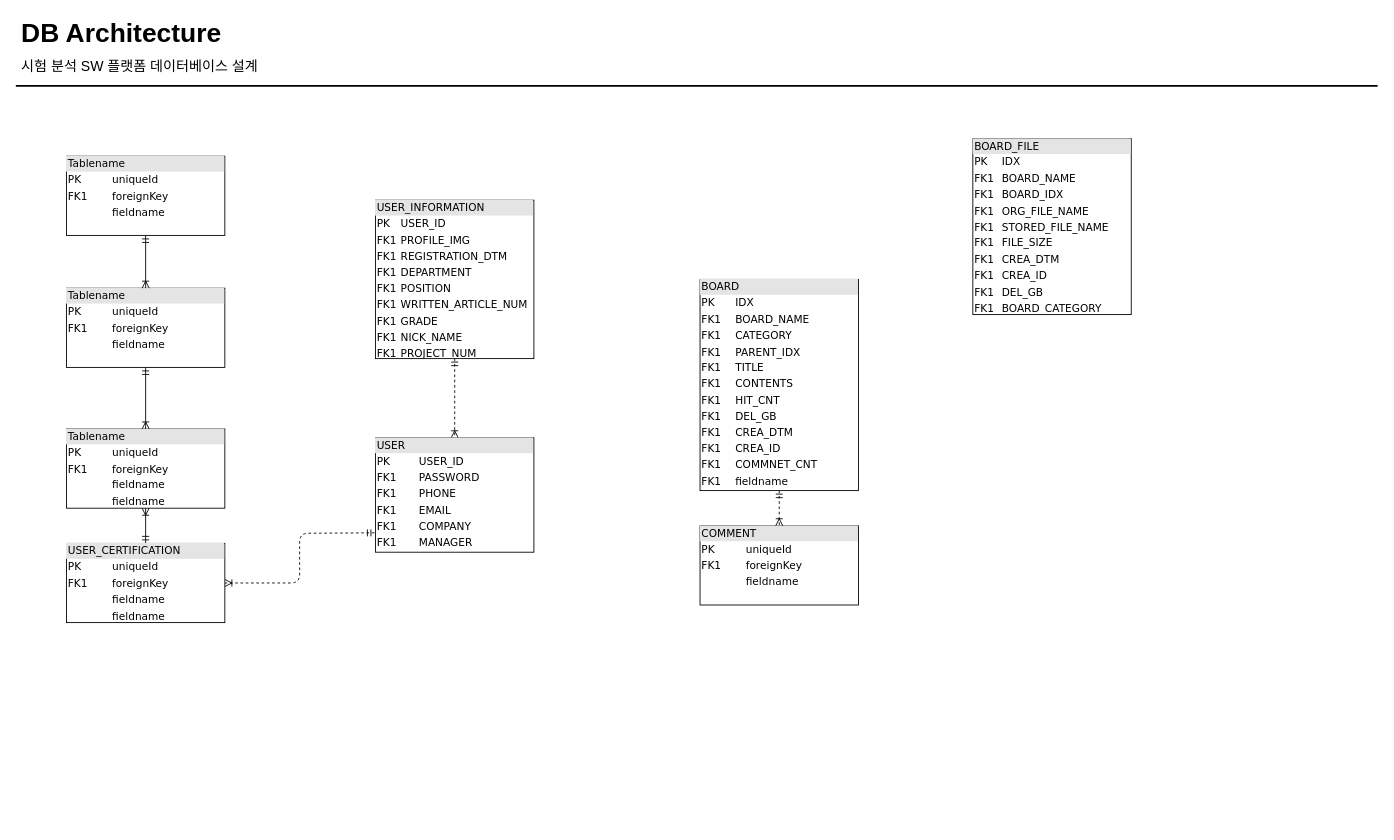
Before: DB_architecture.drawio in penzance-jshan/test, a draw.io diagram. Source tidied: cells renumbered, new cells numbered last; positions are measured from the earlier drawing's top-left corner, leaving out a move shared by most shapes. Both pictures are drawn from the tidied source at 88%, with x=0, y=0 at pixel (15, 15).
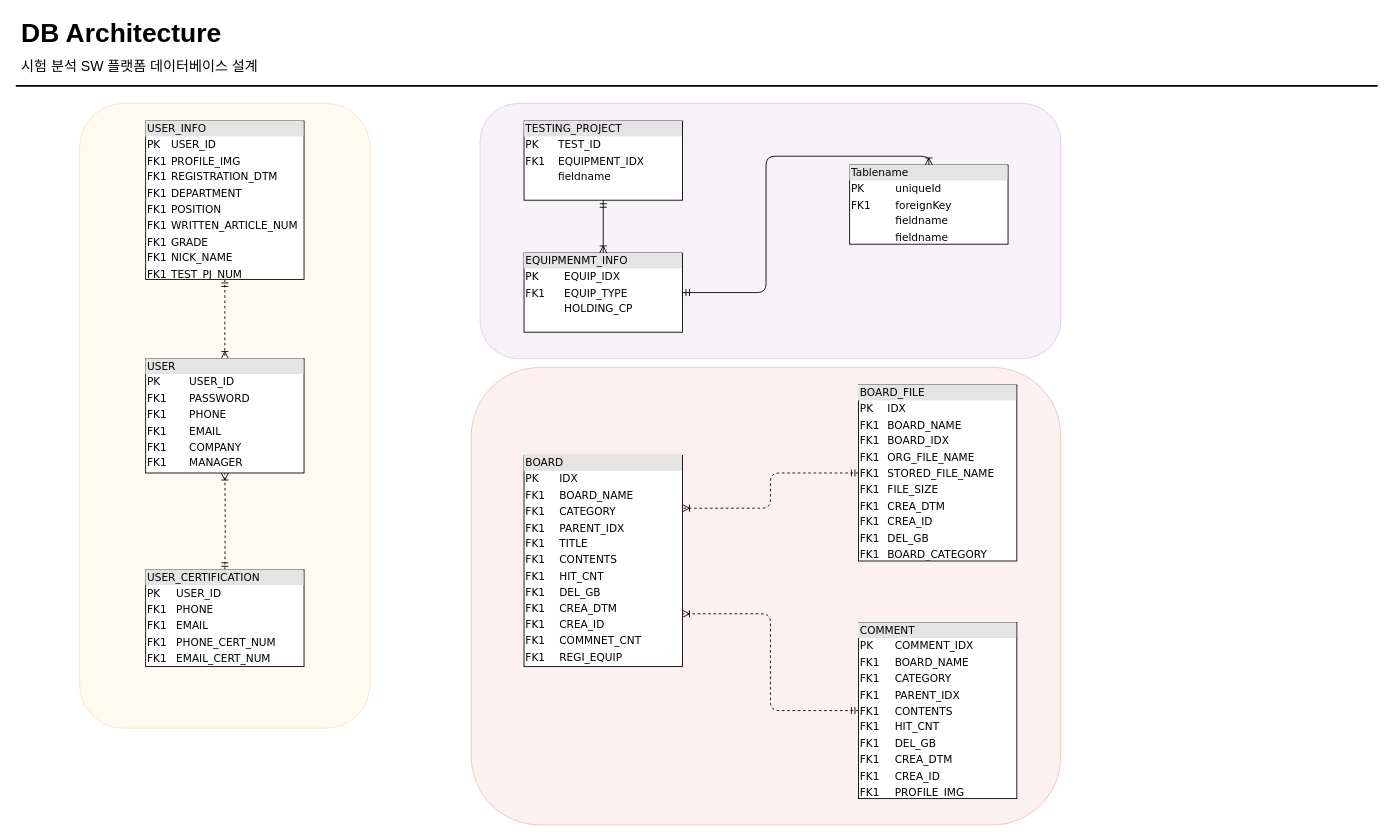
The same diagram, later.

Change to the diagram source:
```diff
@@
+    <mxCell id="20" style="rounded=1;whiteSpace=wrap;html=1;fillColor=#e1d5e7;strokeColor=#9673a6;opacity=30;" parent="1" vertex="1">
+      <mxGeometry x="528" y="100" width="660" height="290" as="geometry" />
+    </mxCell>
+    <mxCell id="21" style="rounded=1;whiteSpace=wrap;html=1;fillColor=#f8cecc;strokeColor=#b85450;opacity=30;" parent="1" vertex="1">
+      <mxGeometry x="518" y="400" width="670" height="520" as="geometry" />
+    </mxCell>
+    <mxCell id="22" style="rounded=1;whiteSpace=wrap;html=1;fillColor=#fff2cc;strokeColor=#d6b656;opacity=30;" parent="1" vertex="1">
+      <mxGeometry x="73" y="100" width="330" height="710" as="geometry" />
+    </mxCell>
-    <mxCell id="2" value="&lt;div style=&quot;box-sizing:border-box;width:100%;background:#e4e4e4;padding:2px;&quot;&gt;Tablename&lt;/div&gt;&lt;table style=&quot;width:100%;font-size:1em;&quot; cellpadding=&quot;2&quot; cellspacing=&quot;0&quot;&gt;&lt;tr&gt;&lt;td&gt;PK&lt;/td&gt;&lt;td&gt;uniqueId&lt;/td&gt;&lt;/tr&gt;&lt;tr&gt;&lt;td&gt;FK1&lt;/td&gt;&lt;td&gt;foreignKey&lt;/td&gt;&lt;/tr&gt;&lt;tr&gt;&lt;td&gt;&lt;/td&gt;&lt;td&gt;fieldname&lt;/td&gt;&lt;/tr&gt;&lt;/table&gt;" style="verticalAlign=top;align=left;overflow=fill;html=1;rounded=0;shadow=0;comic=0;labelBackgroundColor=none;strokeWidth=1;fontFamily=Verdana;fontSize=12;" parent="1" vertex="1">
-      <mxGeometry x="58" y="160" width="180" height="90" as="geometry" />
+    <mxCell id="2" value="&lt;div style=&quot;box-sizing: border-box ; width: 100% ; background: #e4e4e4 ; padding: 2px&quot;&gt;TESTING_PROJECT&lt;/div&gt;&lt;table style=&quot;width: 100% ; font-size: 1em&quot; cellpadding=&quot;2&quot; cellspacing=&quot;0&quot;&gt;&lt;tbody&gt;&lt;tr&gt;&lt;td&gt;PK&lt;/td&gt;&lt;td&gt;TEST_ID&lt;/td&gt;&lt;/tr&gt;&lt;tr&gt;&lt;td&gt;FK1&lt;/td&gt;&lt;td&gt;EQUIPMENT_IDX&lt;/td&gt;&lt;/tr&gt;&lt;tr&gt;&lt;td&gt;&lt;/td&gt;&lt;td&gt;fieldname&lt;/td&gt;&lt;/tr&gt;&lt;/tbody&gt;&lt;/table&gt;" style="verticalAlign=top;align=left;overflow=fill;html=1;rounded=0;shadow=0;comic=0;labelBackgroundColor=none;strokeWidth=1;fontFamily=Verdana;fontSize=12;" parent="1" vertex="1">
+      <mxGeometry x="578" y="120" width="180" height="90" as="geometry" />
     </mxCell>
@@
     <mxCell id="4" value="&lt;div style=&quot;box-sizing: border-box ; width: 100% ; background: #e4e4e4 ; padding: 2px&quot;&gt;USER&lt;/div&gt;&lt;table style=&quot;width: 100% ; font-size: 1em&quot; cellpadding=&quot;2&quot; cellspacing=&quot;0&quot;&gt;&lt;tbody&gt;&lt;tr&gt;&lt;td&gt;PK&lt;/td&gt;&lt;td&gt;USER_ID&lt;/td&gt;&lt;/tr&gt;&lt;tr&gt;&lt;td&gt;FK1&lt;/td&gt;&lt;td&gt;PASSWORD&lt;/td&gt;&lt;/tr&gt;&lt;tr&gt;&lt;td&gt;FK1&lt;/td&gt;&lt;td&gt;PHONE&lt;/td&gt;&lt;/tr&gt;&lt;tr&gt;&lt;td&gt;FK1&lt;br&gt;&lt;/td&gt;&lt;td&gt;EMAIL&lt;/td&gt;&lt;/tr&gt;&lt;tr&gt;&lt;td&gt;FK1&lt;br&gt;&lt;/td&gt;&lt;td&gt;COMPANY&lt;br&gt;&lt;/td&gt;&lt;/tr&gt;&lt;tr&gt;&lt;td&gt;FK1&lt;br&gt;&lt;/td&gt;&lt;td&gt;MANAGER&lt;/td&gt;&lt;/tr&gt;&lt;/tbody&gt;&lt;/table&gt;" style="verticalAlign=top;align=left;overflow=fill;html=1;rounded=0;shadow=0;comic=0;labelBackgroundColor=none;strokeWidth=1;fontFamily=Verdana;fontSize=12;" parent="1" vertex="1">
-      <mxGeometry x="409.2" y="480" width="180" height="130" as="geometry" />
+      <mxGeometry x="148" y="390" width="180" height="130" as="geometry" />
     </mxCell>
-    <mxCell id="5" style="edgeStyle=orthogonalEdgeStyle;html=1;labelBackgroundColor=none;startArrow=ERmandOne;endArrow=ERoneToMany;fontFamily=Verdana;fontSize=12;align=left;" parent="1" edge="1" source="7" target="8">
-      <mxGeometry relative="1" as="geometry" />
-    </mxCell>
-    <mxCell id="6" style="edgeStyle=orthogonalEdgeStyle;html=1;entryX=1;entryY=0.5;dashed=1;labelBackgroundColor=none;startArrow=ERmandOne;endArrow=ERoneToMany;fontFamily=Verdana;fontSize=12;align=left;" parent="1" edge="1" target="7">
+    <mxCell id="6" style="edgeStyle=orthogonalEdgeStyle;html=1;dashed=1;labelBackgroundColor=none;startArrow=ERmandOne;endArrow=ERoneToMany;fontFamily=Verdana;fontSize=12;align=left;entryX=0.5;entryY=1;entryDx=0;entryDy=0;exitX=0.5;exitY=0;exitDx=0;exitDy=0;" parent="1" edge="1" target="4">
       <mxGeometry relative="1" as="geometry">
-        <mxPoint x="408" y="588" as="sourcePoint" />
+        <mxPoint x="238" y="630" as="sourcePoint" />
       </mxGeometry>
     </mxCell>
-    <mxCell id="7" value="&lt;div style=&quot;box-sizing: border-box ; width: 100% ; background: #e4e4e4 ; padding: 2px&quot;&gt;USER_CERTIFICATION&lt;/div&gt;&lt;table style=&quot;width: 100% ; font-size: 1em&quot; cellpadding=&quot;2&quot; cellspacing=&quot;0&quot;&gt;&lt;tbody&gt;&lt;tr&gt;&lt;td&gt;PK&lt;/td&gt;&lt;td&gt;uniqueId&lt;/td&gt;&lt;/tr&gt;&lt;tr&gt;&lt;td&gt;FK1&lt;/td&gt;&lt;td&gt;foreignKey&lt;/td&gt;&lt;/tr&gt;&lt;tr&gt;&lt;td&gt;&lt;/td&gt;&lt;td&gt;fieldname&lt;/td&gt;&lt;/tr&gt;&lt;tr&gt;&lt;td&gt;&lt;br&gt;&lt;/td&gt;&lt;td&gt;fieldname&lt;br&gt;&lt;/td&gt;&lt;/tr&gt;&lt;/tbody&gt;&lt;/table&gt;" style="verticalAlign=top;align=left;overflow=fill;html=1;rounded=0;shadow=0;comic=0;labelBackgroundColor=none;strokeWidth=1;fontFamily=Verdana;fontSize=12;" parent="1" vertex="1">
-      <mxGeometry x="58" y="600" width="180" height="90" as="geometry" />
-    </mxCell>
     <mxCell id="8" value="&lt;div style=&quot;box-sizing: border-box ; width: 100% ; background: #e4e4e4 ; padding: 2px&quot;&gt;Tablename&lt;/div&gt;&lt;table style=&quot;width: 100% ; font-size: 1em&quot; cellpadding=&quot;2&quot; cellspacing=&quot;0&quot;&gt;&lt;tbody&gt;&lt;tr&gt;&lt;td&gt;PK&lt;/td&gt;&lt;td&gt;uniqueId&lt;/td&gt;&lt;/tr&gt;&lt;tr&gt;&lt;td&gt;FK1&lt;/td&gt;&lt;td&gt;foreignKey&lt;/td&gt;&lt;/tr&gt;&lt;tr&gt;&lt;td&gt;&lt;/td&gt;&lt;td&gt;fieldname&lt;/td&gt;&lt;/tr&gt;&lt;tr&gt;&lt;td&gt;&lt;br&gt;&lt;/td&gt;&lt;td&gt;fieldname&lt;br&gt;&lt;/td&gt;&lt;/tr&gt;&lt;/tbody&gt;&lt;/table&gt;" style="verticalAlign=top;align=left;overflow=fill;html=1;rounded=0;shadow=0;comic=0;labelBackgroundColor=none;strokeWidth=1;fontFamily=Verdana;fontSize=12;" parent="1" vertex="1">
-      <mxGeometry x="58" y="470" width="180" height="90" as="geometry" />
+      <mxGeometry x="948" y="170" width="180" height="90" as="geometry" />
     </mxCell>
@@
-    <mxCell id="10" value="&lt;div style=&quot;box-sizing:border-box;width:100%;background:#e4e4e4;padding:2px;&quot;&gt;Tablename&lt;/div&gt;&lt;table style=&quot;width:100%;font-size:1em;&quot; cellpadding=&quot;2&quot; cellspacing=&quot;0&quot;&gt;&lt;tr&gt;&lt;td&gt;PK&lt;/td&gt;&lt;td&gt;uniqueId&lt;/td&gt;&lt;/tr&gt;&lt;tr&gt;&lt;td&gt;FK1&lt;/td&gt;&lt;td&gt;foreignKey&lt;/td&gt;&lt;/tr&gt;&lt;tr&gt;&lt;td&gt;&lt;/td&gt;&lt;td&gt;fieldname&lt;/td&gt;&lt;/tr&gt;&lt;/table&gt;" style="verticalAlign=top;align=left;overflow=fill;html=1;rounded=0;shadow=0;comic=0;labelBackgroundColor=none;strokeWidth=1;fontFamily=Verdana;fontSize=12;" parent="1" vertex="1">
-      <mxGeometry x="58" y="310" width="180" height="90" as="geometry" />
+    <mxCell id="10" value="&lt;div style=&quot;box-sizing: border-box ; width: 100% ; background: #e4e4e4 ; padding: 2px&quot;&gt;EQUIPMENMT_INFO&lt;/div&gt;&lt;table style=&quot;width: 100% ; font-size: 1em&quot; cellpadding=&quot;2&quot; cellspacing=&quot;0&quot;&gt;&lt;tbody&gt;&lt;tr&gt;&lt;td&gt;PK&lt;/td&gt;&lt;td&gt;EQUIP_IDX&lt;/td&gt;&lt;/tr&gt;&lt;tr&gt;&lt;td&gt;FK1&lt;/td&gt;&lt;td&gt;EQUIP_TYPE&lt;/td&gt;&lt;/tr&gt;&lt;tr&gt;&lt;td&gt;&lt;/td&gt;&lt;td&gt;HOLDING_CP&lt;/td&gt;&lt;/tr&gt;&lt;/tbody&gt;&lt;/table&gt;" style="verticalAlign=top;align=left;overflow=fill;html=1;rounded=0;shadow=0;comic=0;labelBackgroundColor=none;strokeWidth=1;fontFamily=Verdana;fontSize=12;" parent="1" vertex="1">
+      <mxGeometry x="578" y="270" width="180" height="90" as="geometry" />
     </mxCell>
-    <mxCell id="11" value="&lt;div style=&quot;box-sizing: border-box ; width: 100% ; background: #e4e4e4 ; padding: 2px&quot;&gt;COMMENT&lt;/div&gt;&lt;table style=&quot;width: 100% ; font-size: 1em&quot; cellpadding=&quot;2&quot; cellspacing=&quot;0&quot;&gt;&lt;tbody&gt;&lt;tr&gt;&lt;td&gt;PK&lt;/td&gt;&lt;td&gt;uniqueId&lt;/td&gt;&lt;/tr&gt;&lt;tr&gt;&lt;td&gt;FK1&lt;/td&gt;&lt;td&gt;foreignKey&lt;/td&gt;&lt;/tr&gt;&lt;tr&gt;&lt;td&gt;&lt;/td&gt;&lt;td&gt;fieldname&lt;/td&gt;&lt;/tr&gt;&lt;/tbody&gt;&lt;/table&gt;" style="verticalAlign=top;align=left;overflow=fill;html=1;rounded=0;shadow=0;comic=0;labelBackgroundColor=none;strokeWidth=1;fontFamily=Verdana;fontSize=12;" parent="1" vertex="1">
-      <mxGeometry x="778" y="580" width="180" height="90" as="geometry" />
-    </mxCell>
-    <mxCell id="12" style="edgeStyle=orthogonalEdgeStyle;html=1;entryX=0.5;entryY=0;dashed=1;labelBackgroundColor=none;startArrow=ERmandOne;endArrow=ERoneToMany;fontFamily=Verdana;fontSize=12;align=left;" parent="1" edge="1" source="13" target="11">
+    <mxCell id="12" style="edgeStyle=orthogonalEdgeStyle;html=1;entryX=1;entryY=0.75;dashed=1;labelBackgroundColor=none;startArrow=ERmandOne;endArrow=ERoneToMany;fontFamily=Verdana;fontSize=12;align=left;exitX=0;exitY=0.5;exitDx=0;exitDy=0;entryDx=0;entryDy=0;" parent="1" edge="1" source="23" target="13">
       <mxGeometry relative="1" as="geometry" />
     </mxCell>
-    <mxCell id="13" value="&lt;div style=&quot;box-sizing: border-box ; width: 100% ; background: #e4e4e4 ; padding: 2px&quot;&gt;BOARD&lt;/div&gt;&lt;table style=&quot;width: 100% ; font-size: 1em&quot; cellpadding=&quot;2&quot; cellspacing=&quot;0&quot;&gt;&lt;tbody&gt;&lt;tr&gt;&lt;td&gt;PK&lt;/td&gt;&lt;td&gt;IDX&lt;/td&gt;&lt;/tr&gt;&lt;tr&gt;&lt;td&gt;FK1&lt;/td&gt;&lt;td&gt;BOARD_NAME&lt;/td&gt;&lt;/tr&gt;&lt;tr&gt;&lt;td&gt;FK1&lt;/td&gt;&lt;td&gt;CATEGORY&lt;/td&gt;&lt;/tr&gt;&lt;tr&gt;&lt;td&gt;FK1&lt;br&gt;&lt;/td&gt;&lt;td&gt;PARENT_IDX&lt;br&gt;&lt;/td&gt;&lt;/tr&gt;&lt;tr&gt;&lt;td&gt;FK1&lt;br&gt;&lt;/td&gt;&lt;td&gt;TITLE&lt;br&gt;&lt;/td&gt;&lt;/tr&gt;&lt;tr&gt;&lt;td&gt;FK1&lt;br&gt;&lt;/td&gt;&lt;td&gt;CONTENTS&lt;br&gt;&lt;/td&gt;&lt;/tr&gt;&lt;tr&gt;&lt;td&gt;FK1&lt;br&gt;&lt;/td&gt;&lt;td&gt;HIT_CNT&lt;br&gt;&lt;/td&gt;&lt;/tr&gt;&lt;tr&gt;&lt;td&gt;FK1&lt;br&gt;&lt;/td&gt;&lt;td&gt;DEL_GB&lt;/td&gt;&lt;/tr&gt;&lt;tr&gt;&lt;td&gt;FK1&lt;br&gt;&lt;/td&gt;&lt;td&gt;CREA_DTM&lt;br&gt;&lt;/td&gt;&lt;/tr&gt;&lt;tr&gt;&lt;td&gt;FK1&lt;br&gt;&lt;/td&gt;&lt;td&gt;CREA_ID&lt;br&gt;&lt;/td&gt;&lt;/tr&gt;&lt;tr&gt;&lt;td&gt;FK1&lt;br&gt;&lt;/td&gt;&lt;td&gt;COMMNET_CNT&lt;br&gt;&lt;/td&gt;&lt;/tr&gt;&lt;tr&gt;&lt;td&gt;FK1&lt;br&gt;&lt;/td&gt;&lt;td&gt;fieldname&lt;br&gt;&lt;/td&gt;&lt;/tr&gt;&lt;/tbody&gt;&lt;/table&gt;" style="verticalAlign=top;align=left;overflow=fill;html=1;rounded=0;shadow=0;comic=0;labelBackgroundColor=none;strokeWidth=1;fontFamily=Verdana;fontSize=12;" parent="1" vertex="1">
-      <mxGeometry x="778" y="300" width="180" height="240" as="geometry" />
+    <mxCell id="13" value="&lt;div style=&quot;box-sizing: border-box ; width: 100% ; background: #e4e4e4 ; padding: 2px&quot;&gt;BOARD&lt;/div&gt;&lt;table style=&quot;width: 100% ; font-size: 1em&quot; cellpadding=&quot;2&quot; cellspacing=&quot;0&quot;&gt;&lt;tbody&gt;&lt;tr&gt;&lt;td&gt;PK&lt;/td&gt;&lt;td&gt;IDX&lt;/td&gt;&lt;/tr&gt;&lt;tr&gt;&lt;td&gt;FK1&lt;/td&gt;&lt;td&gt;BOARD_NAME&lt;/td&gt;&lt;/tr&gt;&lt;tr&gt;&lt;td&gt;FK1&lt;/td&gt;&lt;td&gt;CATEGORY&lt;/td&gt;&lt;/tr&gt;&lt;tr&gt;&lt;td&gt;FK1&lt;br&gt;&lt;/td&gt;&lt;td&gt;PARENT_IDX&lt;br&gt;&lt;/td&gt;&lt;/tr&gt;&lt;tr&gt;&lt;td&gt;FK1&lt;br&gt;&lt;/td&gt;&lt;td&gt;TITLE&lt;br&gt;&lt;/td&gt;&lt;/tr&gt;&lt;tr&gt;&lt;td&gt;FK1&lt;br&gt;&lt;/td&gt;&lt;td&gt;CONTENTS&lt;br&gt;&lt;/td&gt;&lt;/tr&gt;&lt;tr&gt;&lt;td&gt;FK1&lt;br&gt;&lt;/td&gt;&lt;td&gt;HIT_CNT&lt;br&gt;&lt;/td&gt;&lt;/tr&gt;&lt;tr&gt;&lt;td&gt;FK1&lt;br&gt;&lt;/td&gt;&lt;td&gt;DEL_GB&lt;/td&gt;&lt;/tr&gt;&lt;tr&gt;&lt;td&gt;FK1&lt;br&gt;&lt;/td&gt;&lt;td&gt;CREA_DTM&lt;br&gt;&lt;/td&gt;&lt;/tr&gt;&lt;tr&gt;&lt;td&gt;FK1&lt;br&gt;&lt;/td&gt;&lt;td&gt;CREA_ID&lt;br&gt;&lt;/td&gt;&lt;/tr&gt;&lt;tr&gt;&lt;td&gt;FK1&lt;br&gt;&lt;/td&gt;&lt;td&gt;COMMNET_CNT&lt;br&gt;&lt;/td&gt;&lt;/tr&gt;&lt;tr&gt;&lt;td&gt;FK1&lt;br&gt;&lt;/td&gt;&lt;td&gt;REGI_EQUIP&lt;br&gt;&lt;/td&gt;&lt;/tr&gt;&lt;/tbody&gt;&lt;/table&gt;" style="verticalAlign=top;align=left;overflow=fill;html=1;rounded=0;shadow=0;comic=0;labelBackgroundColor=none;strokeWidth=1;fontFamily=Verdana;fontSize=12;" parent="1" vertex="1">
+      <mxGeometry x="578" y="500" width="180" height="240" as="geometry" />
     </mxCell>
@@
-    <mxCell id="18" value="&lt;div style=&quot;box-sizing: border-box ; width: 100% ; background: #e4e4e4 ; padding: 2px&quot;&gt;USER_INFORMATION&lt;br&gt;&lt;/div&gt;&lt;table style=&quot;width: 100% ; font-size: 1em&quot; cellpadding=&quot;2&quot; cellspacing=&quot;0&quot;&gt;&lt;tbody&gt;&lt;tr&gt;&lt;td&gt;PK&lt;/td&gt;&lt;td&gt;USER_ID&lt;/td&gt;&lt;/tr&gt;&lt;tr&gt;&lt;td&gt;FK1&lt;/td&gt;&lt;td&gt;PROFILE_IMG&lt;/td&gt;&lt;/tr&gt;&lt;tr&gt;&lt;td&gt;FK1&lt;/td&gt;&lt;td&gt;REGISTRATION_DTM&lt;/td&gt;&lt;/tr&gt;&lt;tr&gt;&lt;td&gt;FK1&lt;br&gt;&lt;/td&gt;&lt;td&gt;DEPARTMENT&lt;/td&gt;&lt;/tr&gt;&lt;tr&gt;&lt;td&gt;FK1&lt;br&gt;&lt;/td&gt;&lt;td&gt;POSITION&lt;br&gt;&lt;/td&gt;&lt;/tr&gt;&lt;tr&gt;&lt;td&gt;FK1&lt;br&gt;&lt;/td&gt;&lt;td&gt;WRITTEN_ARTICLE_NUM&lt;br&gt;&lt;/td&gt;&lt;/tr&gt;&lt;tr&gt;&lt;td&gt;FK1&lt;br&gt;&lt;/td&gt;&lt;td&gt;GRADE&lt;br&gt;&lt;/td&gt;&lt;/tr&gt;&lt;tr&gt;&lt;td&gt;FK1&lt;br&gt;&lt;/td&gt;&lt;td&gt;NICK_NAME&lt;/td&gt;&lt;/tr&gt;&lt;tr&gt;&lt;td&gt;FK1&lt;br&gt;&lt;/td&gt;&lt;td&gt;PROJECT_NUM&lt;/td&gt;&lt;/tr&gt;&lt;/tbody&gt;&lt;/table&gt;" style="verticalAlign=top;align=left;overflow=fill;html=1;rounded=0;shadow=0;comic=0;labelBackgroundColor=none;strokeWidth=1;fontFamily=Verdana;fontSize=12;" parent="1" vertex="1">
-      <mxGeometry x="409.2" y="210" width="180" height="180" as="geometry" />
+    <mxCell id="18" value="&lt;div style=&quot;box-sizing: border-box ; width: 100% ; background: #e4e4e4 ; padding: 2px&quot;&gt;USER_INFO&lt;br&gt;&lt;/div&gt;&lt;table style=&quot;width: 100% ; font-size: 1em&quot; cellpadding=&quot;2&quot; cellspacing=&quot;0&quot;&gt;&lt;tbody&gt;&lt;tr&gt;&lt;td&gt;PK&lt;/td&gt;&lt;td&gt;USER_ID&lt;/td&gt;&lt;/tr&gt;&lt;tr&gt;&lt;td&gt;FK1&lt;/td&gt;&lt;td&gt;PROFILE_IMG&lt;/td&gt;&lt;/tr&gt;&lt;tr&gt;&lt;td&gt;FK1&lt;/td&gt;&lt;td&gt;REGISTRATION_DTM&lt;/td&gt;&lt;/tr&gt;&lt;tr&gt;&lt;td&gt;FK1&lt;br&gt;&lt;/td&gt;&lt;td&gt;DEPARTMENT&lt;/td&gt;&lt;/tr&gt;&lt;tr&gt;&lt;td&gt;FK1&lt;br&gt;&lt;/td&gt;&lt;td&gt;POSITION&lt;br&gt;&lt;/td&gt;&lt;/tr&gt;&lt;tr&gt;&lt;td&gt;FK1&lt;br&gt;&lt;/td&gt;&lt;td&gt;WRITTEN_ARTICLE_NUM&lt;br&gt;&lt;/td&gt;&lt;/tr&gt;&lt;tr&gt;&lt;td&gt;FK1&lt;br&gt;&lt;/td&gt;&lt;td&gt;GRADE&lt;br&gt;&lt;/td&gt;&lt;/tr&gt;&lt;tr&gt;&lt;td&gt;FK1&lt;br&gt;&lt;/td&gt;&lt;td&gt;NICK_NAME&lt;/td&gt;&lt;/tr&gt;&lt;tr&gt;&lt;td&gt;FK1&lt;br&gt;&lt;/td&gt;&lt;td&gt;TEST_PJ_NUM&lt;/td&gt;&lt;/tr&gt;&lt;/tbody&gt;&lt;/table&gt;" style="verticalAlign=top;align=left;overflow=fill;html=1;rounded=0;shadow=0;comic=0;labelBackgroundColor=none;strokeWidth=1;fontFamily=Verdana;fontSize=12;" parent="1" vertex="1">
+      <mxGeometry x="148" y="120" width="180" height="180" as="geometry" />
     </mxCell>
     <mxCell id="19" value="&lt;div style=&quot;box-sizing: border-box ; width: 100% ; background: #e4e4e4 ; padding: 2px&quot;&gt;BOARD_FILE&lt;/div&gt;&lt;table style=&quot;width: 100% ; font-size: 1em&quot; cellpadding=&quot;2&quot; cellspacing=&quot;0&quot;&gt;&lt;tbody&gt;&lt;tr&gt;&lt;td&gt;PK&lt;/td&gt;&lt;td&gt;IDX&lt;/td&gt;&lt;/tr&gt;&lt;tr&gt;&lt;td&gt;FK1&lt;/td&gt;&lt;td&gt;BOARD_NAME&lt;/td&gt;&lt;/tr&gt;&lt;tr&gt;&lt;td&gt;FK1&lt;/td&gt;&lt;td&gt;BOARD_IDX&lt;/td&gt;&lt;/tr&gt;&lt;tr&gt;&lt;td&gt;FK1&lt;br&gt;&lt;/td&gt;&lt;td&gt;ORG_FILE_NAME&lt;br&gt;&lt;/td&gt;&lt;/tr&gt;&lt;tr&gt;&lt;td&gt;FK1&lt;br&gt;&lt;/td&gt;&lt;td&gt;STORED_FILE_NAME&lt;br&gt;&lt;/td&gt;&lt;/tr&gt;&lt;tr&gt;&lt;td&gt;FK1&lt;br&gt;&lt;/td&gt;&lt;td&gt;FILE_SIZE&lt;br&gt;&lt;/td&gt;&lt;/tr&gt;&lt;tr&gt;&lt;td&gt;FK1&lt;br&gt;&lt;/td&gt;&lt;td&gt;CREA_DTM&lt;br&gt;&lt;/td&gt;&lt;/tr&gt;&lt;tr&gt;&lt;td&gt;FK1&lt;br&gt;&lt;/td&gt;&lt;td&gt;CREA_ID&lt;/td&gt;&lt;/tr&gt;&lt;tr&gt;&lt;td&gt;FK1&lt;br&gt;&lt;/td&gt;&lt;td&gt;DEL_GB&lt;br&gt;&lt;/td&gt;&lt;/tr&gt;&lt;tr&gt;&lt;td&gt;FK1&lt;br&gt;&lt;/td&gt;&lt;td&gt;BOARD_CATEGORY&lt;/td&gt;&lt;/tr&gt;&lt;/tbody&gt;&lt;/table&gt;" style="verticalAlign=top;align=left;overflow=fill;html=1;rounded=0;shadow=0;comic=0;labelBackgroundColor=none;strokeWidth=1;fontFamily=Verdana;fontSize=12;" parent="1" vertex="1">
-      <mxGeometry x="1088" y="140" width="180" height="200" as="geometry" />
+      <mxGeometry x="958" y="420" width="180" height="200" as="geometry" />
     </mxCell>
+    <mxCell id="23" value="&lt;div style=&quot;box-sizing: border-box ; width: 100% ; background: #e4e4e4 ; padding: 2px&quot;&gt;COMMENT&lt;/div&gt;&lt;table style=&quot;width: 100% ; font-size: 1em&quot; cellpadding=&quot;2&quot; cellspacing=&quot;0&quot;&gt;&lt;tbody&gt;&lt;tr&gt;&lt;td&gt;PK&lt;/td&gt;&lt;td&gt;COMMENT_IDX&lt;/td&gt;&lt;/tr&gt;&lt;tr&gt;&lt;td&gt;FK1&lt;/td&gt;&lt;td&gt;BOARD_NAME&lt;/td&gt;&lt;/tr&gt;&lt;tr&gt;&lt;td&gt;FK1&lt;/td&gt;&lt;td&gt;CATEGORY&lt;/td&gt;&lt;/tr&gt;&lt;tr&gt;&lt;td&gt;FK1&lt;br&gt;&lt;/td&gt;&lt;td&gt;PARENT_IDX&lt;br&gt;&lt;/td&gt;&lt;/tr&gt;&lt;tr&gt;&lt;td&gt;FK1&lt;br&gt;&lt;/td&gt;&lt;td&gt;CONTENTS&lt;/td&gt;&lt;/tr&gt;&lt;tr&gt;&lt;td&gt;FK1&lt;br&gt;&lt;/td&gt;&lt;td&gt;HIT_CNT&lt;br&gt;&lt;/td&gt;&lt;/tr&gt;&lt;tr&gt;&lt;td&gt;FK1&lt;br&gt;&lt;/td&gt;&lt;td&gt;DEL_GB&lt;br&gt;&lt;/td&gt;&lt;/tr&gt;&lt;tr&gt;&lt;td&gt;FK1&lt;br&gt;&lt;/td&gt;&lt;td&gt;CREA_DTM&lt;/td&gt;&lt;/tr&gt;&lt;tr&gt;&lt;td&gt;FK1&lt;br&gt;&lt;/td&gt;&lt;td&gt;CREA_ID&lt;br&gt;&lt;/td&gt;&lt;/tr&gt;&lt;tr&gt;&lt;td&gt;FK1&lt;br&gt;&lt;/td&gt;&lt;td&gt;PROFILE_IMG&lt;/td&gt;&lt;/tr&gt;&lt;/tbody&gt;&lt;/table&gt;" style="verticalAlign=top;align=left;overflow=fill;html=1;rounded=0;shadow=0;comic=0;labelBackgroundColor=none;strokeWidth=1;fontFamily=Verdana;fontSize=12;" parent="1" vertex="1">
+      <mxGeometry x="958" y="690" width="180" height="200" as="geometry" />
+    </mxCell>
+    <mxCell id="24" style="edgeStyle=orthogonalEdgeStyle;html=1;entryX=1;entryY=0.25;dashed=1;labelBackgroundColor=none;startArrow=ERmandOne;endArrow=ERoneToMany;fontFamily=Verdana;fontSize=12;align=left;exitX=0;exitY=0.5;exitDx=0;exitDy=0;entryDx=0;entryDy=0;" parent="1" edge="1" source="19" target="13">
+      <mxGeometry relative="1" as="geometry" />
+    </mxCell>
+    <mxCell id="25" value="&lt;div style=&quot;box-sizing: border-box ; width: 100% ; background: #e4e4e4 ; padding: 2px&quot;&gt;USER_CERTIFICATION&lt;/div&gt;&lt;table style=&quot;width: 100% ; font-size: 1em&quot; cellpadding=&quot;2&quot; cellspacing=&quot;0&quot;&gt;&lt;tbody&gt;&lt;tr&gt;&lt;td&gt;PK&lt;/td&gt;&lt;td&gt;USER_ID&lt;/td&gt;&lt;/tr&gt;&lt;tr&gt;&lt;td&gt;FK1&lt;/td&gt;&lt;td&gt;PHONE&lt;/td&gt;&lt;/tr&gt;&lt;tr&gt;&lt;td&gt;FK1&lt;/td&gt;&lt;td&gt;EMAIL&lt;/td&gt;&lt;/tr&gt;&lt;tr&gt;&lt;td&gt;FK1&lt;br&gt;&lt;/td&gt;&lt;td&gt;PHONE_CERT_NUM&lt;br&gt;&lt;/td&gt;&lt;/tr&gt;&lt;tr&gt;&lt;td&gt;FK1&lt;br&gt;&lt;/td&gt;&lt;td&gt;EMAIL_CERT_NUM&lt;br&gt;&lt;/td&gt;&lt;/tr&gt;&lt;tr&gt;&lt;td&gt;&lt;/td&gt;&lt;td&gt;&lt;/td&gt;&lt;/tr&gt;&lt;/tbody&gt;&lt;/table&gt;" style="verticalAlign=top;align=left;overflow=fill;html=1;rounded=0;shadow=0;comic=0;labelBackgroundColor=none;strokeWidth=1;fontFamily=Verdana;fontSize=12;" parent="1" vertex="1">
+      <mxGeometry x="148" y="630" width="180" height="110" as="geometry" />
+    </mxCell>
```
